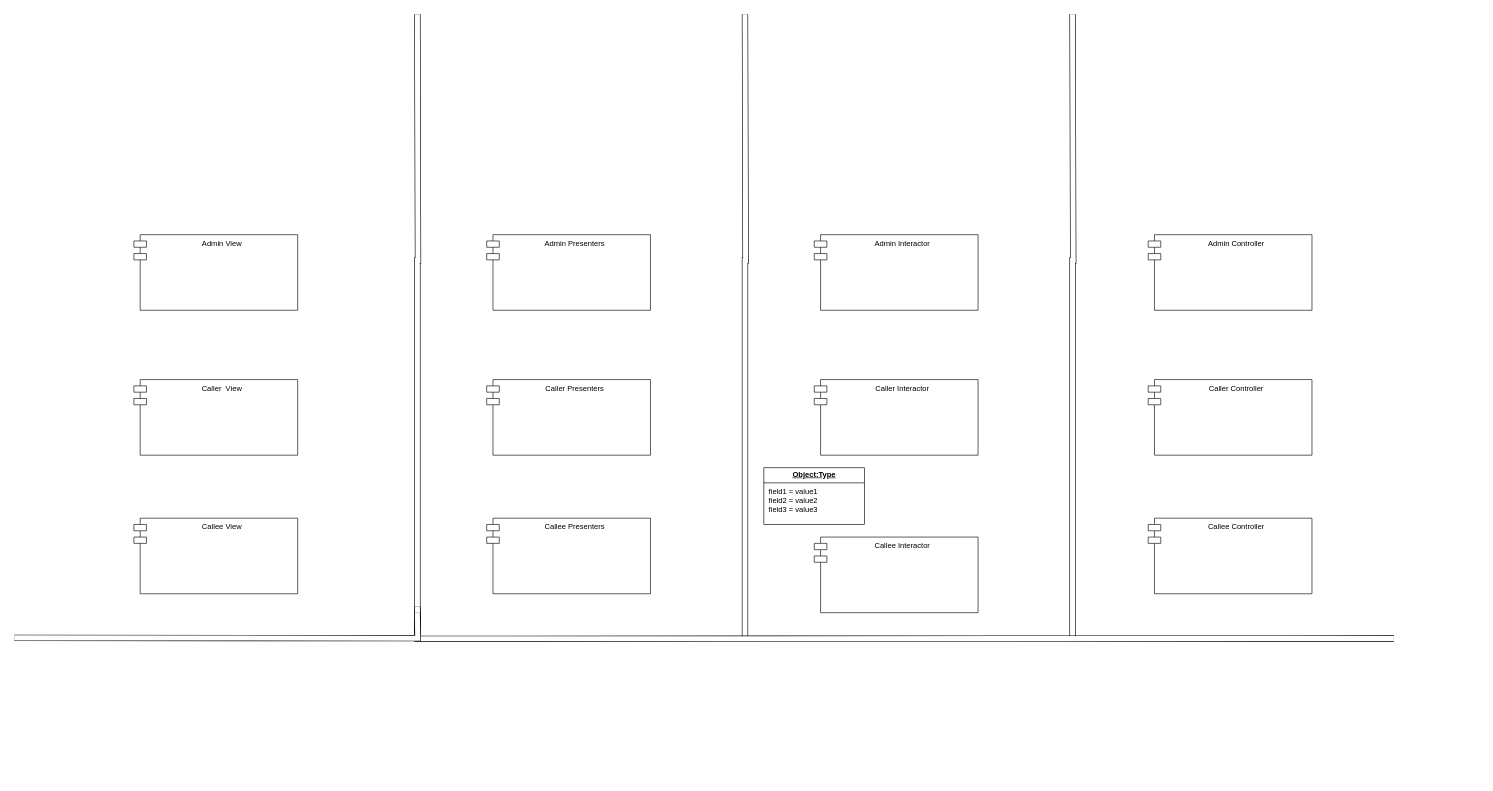
This is semaphore.drawio from singlerr/UML, a draw.io file, before an edit. Source tidied: cells renumbered, new cells numbered last; positions are measured from the earlier drawing's top-left corner, leaving out a move shared by most shapes. Both pictures are drawn from the tidied source at 63%, with x=0, y=0 at pixel (14, 14).
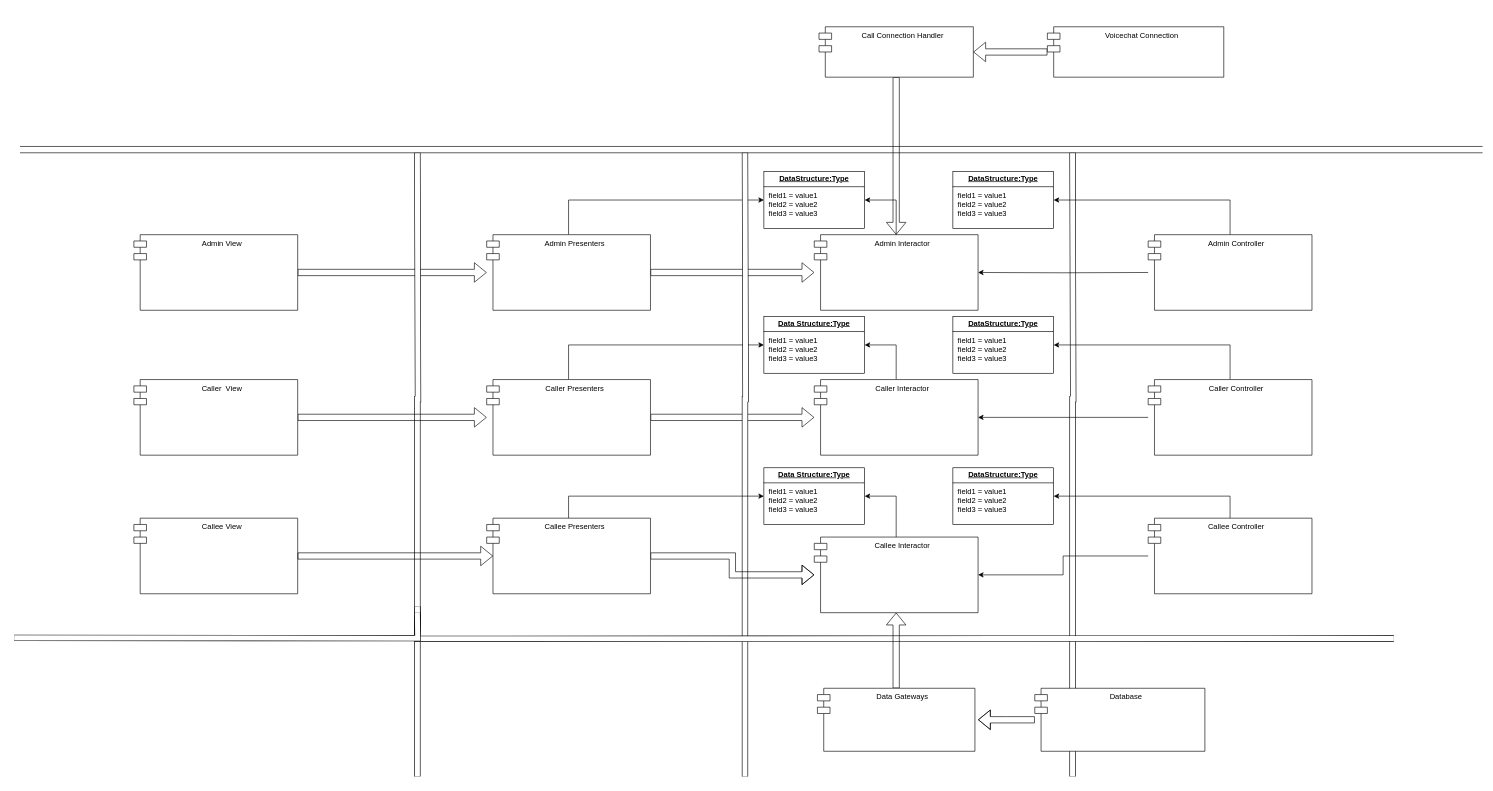
Above is the later version.

The change refers to these unchanged cells:
```xml
<mxCell id="2" value="Admin View" style="shape=module;align=left;spacingLeft=20;align=center;verticalAlign=top;whiteSpace=wrap;html=1;" parent="1" vertex="1">
  <mxGeometry x="190" y="350" width="260" height="120" as="geometry" />
</mxCell>
<mxCell id="4" value="Caller&amp;nbsp; View" style="shape=module;align=left;spacingLeft=20;align=center;verticalAlign=top;whiteSpace=wrap;html=1;" parent="1" vertex="1">
  <mxGeometry x="190" y="580" width="260" height="120" as="geometry" />
</mxCell>
<mxCell id="5" value="Callee View" style="shape=module;align=left;spacingLeft=20;align=center;verticalAlign=top;whiteSpace=wrap;html=1;" parent="1" vertex="1">
  <mxGeometry x="190" y="800" width="260" height="120" as="geometry" />
</mxCell>
<mxCell id="6" value="Admin Presenters" style="shape=module;align=left;spacingLeft=20;align=center;verticalAlign=top;whiteSpace=wrap;html=1;" parent="1" vertex="1">
  <mxGeometry x="750" y="350" width="260" height="120" as="geometry" />
</mxCell>
<mxCell id="7" value="Caller Presenters" style="shape=module;align=left;spacingLeft=20;align=center;verticalAlign=top;whiteSpace=wrap;html=1;" parent="1" vertex="1">
  <mxGeometry x="750" y="580" width="260" height="120" as="geometry" />
</mxCell>
<mxCell id="8" value="Callee Presenters" style="shape=module;align=left;spacingLeft=20;align=center;verticalAlign=top;whiteSpace=wrap;html=1;" parent="1" vertex="1">
  <mxGeometry x="750" y="800" width="260" height="120" as="geometry" />
</mxCell>
<mxCell id="10" value="Admin Interactor" style="shape=module;align=left;spacingLeft=20;align=center;verticalAlign=top;whiteSpace=wrap;html=1;" parent="1" vertex="1">
  <mxGeometry x="1270" y="350" width="260" height="120" as="geometry" />
</mxCell>
<mxCell id="11" value="Caller Interactor" style="shape=module;align=left;spacingLeft=20;align=center;verticalAlign=top;whiteSpace=wrap;html=1;" parent="1" vertex="1">
  <mxGeometry x="1270" y="580" width="260" height="120" as="geometry" />
</mxCell>
<mxCell id="12" value="Callee Interactor" style="shape=module;align=left;spacingLeft=20;align=center;verticalAlign=top;whiteSpace=wrap;html=1;" parent="1" vertex="1">
  <mxGeometry x="1270" y="830" width="260" height="120" as="geometry" />
</mxCell>
<mxCell id="14" value="Admin Controller" style="shape=module;align=left;spacingLeft=20;align=center;verticalAlign=top;whiteSpace=wrap;html=1;" parent="1" vertex="1">
  <mxGeometry x="1800" y="350" width="260" height="120" as="geometry" />
</mxCell>
<mxCell id="15" value="Caller Controller" style="shape=module;align=left;spacingLeft=20;align=center;verticalAlign=top;whiteSpace=wrap;html=1;" parent="1" vertex="1">
  <mxGeometry x="1800" y="580" width="260" height="120" as="geometry" />
</mxCell>
<mxCell id="16" value="Callee Controller" style="shape=module;align=left;spacingLeft=20;align=center;verticalAlign=top;whiteSpace=wrap;html=1;" parent="1" vertex="1">
  <mxGeometry x="1800" y="800" width="260" height="120" as="geometry" />
</mxCell>
```

Diff of the diagram source:
```diff
@@
+    <mxCell id="20" style="edgeStyle=orthogonalEdgeStyle;rounded=0;jettySize=auto;html=1;shape=flexArrow;" parent="1" edge="1" source="2" target="6">
+      <mxGeometry relative="1" as="geometry" />
+    </mxCell>
@@
     <mxCell id="3" style="shape=filledEdge;curved=0;rounded=0;fixDash=1;endArrow=none;strokeWidth=10;fillColor=#ffffff;edgeStyle=orthogonalEdgeStyle;html=1;" parent="1" edge="1">
       <mxGeometry relative="1" as="geometry">
-        <mxPoint x="640" y="990" as="sourcePoint" />
-        <mxPoint x="640" as="targetPoint" />
+        <mxPoint x="640" y="1210" as="sourcePoint" />
+        <mxPoint x="640" y="220" as="targetPoint" />
         <Array as="points">
-          <mxPoint x="641" y="391" />
-          <mxPoint x="641" />
+          <mxPoint x="641" y="611" />
+          <mxPoint x="641" y="220" />
         </Array>
       </mxGeometry>
     </mxCell>
+    <mxCell id="21" style="edgeStyle=orthogonalEdgeStyle;rounded=0;jettySize=auto;html=1;shape=flexArrow;" parent="1" edge="1" source="4" target="7">
+      <mxGeometry relative="1" as="geometry" />
+    </mxCell>
@@
+    <mxCell id="22" style="edgeStyle=orthogonalEdgeStyle;rounded=0;jettySize=auto;html=1;shape=flexArrow;" parent="1" edge="1" source="6" target="10">
+      <mxGeometry relative="1" as="geometry" />
+    </mxCell>
+    <mxCell id="23" style="edgeStyle=orthogonalEdgeStyle;rounded=0;jettySize=auto;html=1;entryX=0;entryY=0.5;entryDx=0;entryDy=0;exitX=0.5;exitY=0;exitDx=0;exitDy=0;" parent="1" edge="1" source="6" target="38">
+      <mxGeometry relative="1" as="geometry" />
+    </mxCell>
@@
+    <mxCell id="24" style="edgeStyle=orthogonalEdgeStyle;rounded=0;jettySize=auto;html=1;shape=flexArrow;" parent="1" edge="1" source="7" target="11">
+      <mxGeometry relative="1" as="geometry" />
+    </mxCell>
+    <mxCell id="25" style="edgeStyle=orthogonalEdgeStyle;rounded=0;jettySize=auto;html=1;entryX=0;entryY=0.5;entryDx=0;entryDy=0;exitX=0.5;exitY=0;exitDx=0;exitDy=0;" parent="1" edge="1" source="7" target="37">
+      <mxGeometry relative="1" as="geometry" />
+    </mxCell>
@@
+    <mxCell id="9" style="shape=filledEdge;curved=0;rounded=0;fixDash=1;endArrow=none;strokeWidth=10;fillColor=#ffffff;edgeStyle=orthogonalEdgeStyle;html=1;" parent="1" edge="1">
+      <mxGeometry relative="1" as="geometry">
+        <mxPoint x="1160" y="1210" as="sourcePoint" />
+        <mxPoint x="1160" y="220" as="targetPoint" />
+        <Array as="points">
+          <mxPoint x="1161" y="611" />
+          <mxPoint x="1161" y="220" />
+        </Array>
+      </mxGeometry>
+    </mxCell>
+    <mxCell id="26" style="edgeStyle=orthogonalEdgeStyle;rounded=0;jettySize=auto;html=1;shape=flexArrow;" parent="1" edge="1" source="8" target="12">
+      <mxGeometry relative="1" as="geometry" />
+    </mxCell>
+    <mxCell id="27" style="edgeStyle=orthogonalEdgeStyle;rounded=0;jettySize=auto;html=1;entryX=0;entryY=0.5;entryDx=0;entryDy=0;exitX=0.5;exitY=0;exitDx=0;exitDy=0;" parent="1" edge="1" source="8" target="19">
+      <mxGeometry relative="1" as="geometry" />
+    </mxCell>
@@
-    <mxCell id="9" style="shape=filledEdge;curved=0;rounded=0;fixDash=1;endArrow=none;strokeWidth=10;fillColor=#ffffff;edgeStyle=orthogonalEdgeStyle;html=1;" parent="1" edge="1">
-      <mxGeometry relative="1" as="geometry">
-        <mxPoint x="1160" y="990" as="sourcePoint" />
-        <mxPoint x="1160" as="targetPoint" />
-        <Array as="points">
-          <mxPoint x="1161" y="391" />
-          <mxPoint x="1161" />
-        </Array>
-      </mxGeometry>
-    </mxCell>
+    <mxCell id="28" style="edgeStyle=orthogonalEdgeStyle;rounded=0;jettySize=auto;html=1;entryX=1;entryY=0.5;entryDx=0;entryDy=0;" parent="1" edge="1" source="10" target="38">
+      <mxGeometry relative="1" as="geometry" />
+    </mxCell>
@@
+    <mxCell id="29" style="edgeStyle=orthogonalEdgeStyle;rounded=0;jettySize=auto;html=1;entryX=1;entryY=0.5;entryDx=0;entryDy=0;" parent="1" edge="1" source="11" target="37">
+      <mxGeometry relative="1" as="geometry" />
+    </mxCell>
@@
+    <mxCell id="30" style="edgeStyle=orthogonalEdgeStyle;rounded=0;jettySize=auto;html=1;entryX=1;entryY=0.5;entryDx=0;entryDy=0;" parent="1" edge="1" source="12" target="19">
+      <mxGeometry relative="1" as="geometry" />
+    </mxCell>
@@
     <mxCell id="13" style="shape=filledEdge;curved=0;rounded=0;fixDash=1;endArrow=none;strokeWidth=10;fillColor=#ffffff;edgeStyle=orthogonalEdgeStyle;html=1;" parent="1" edge="1">
       <mxGeometry relative="1" as="geometry">
-        <mxPoint x="1680" y="990" as="sourcePoint" />
-        <mxPoint x="1680" as="targetPoint" />
+        <mxPoint x="1680" y="1210" as="sourcePoint" />
+        <mxPoint x="1680" y="220" as="targetPoint" />
         <Array as="points">
-          <mxPoint x="1681" y="391" />
-          <mxPoint x="1681" />
+          <mxPoint x="1681" y="611" />
+          <mxPoint x="1681" y="220" />
         </Array>
       </mxGeometry>
     </mxCell>
+    <mxCell id="31" style="edgeStyle=orthogonalEdgeStyle;rounded=0;jettySize=auto;html=1;entryX=1;entryY=0.5;entryDx=0;entryDy=0;exitX=0.5;exitY=0;exitDx=0;exitDy=0;" parent="1" edge="1" source="14" target="39">
+      <mxGeometry relative="1" as="geometry" />
+    </mxCell>
+    <mxCell id="32" style="edgeStyle=orthogonalEdgeStyle;rounded=0;jettySize=auto;html=1;entryX=1;entryY=0.5;entryDx=0;entryDy=0;" parent="1" edge="1" target="10">
+      <mxGeometry relative="1" as="geometry">
+        <mxPoint x="1800" y="410" as="sourcePoint" />
+      </mxGeometry>
+    </mxCell>
@@
+    <mxCell id="33" style="edgeStyle=orthogonalEdgeStyle;rounded=0;jettySize=auto;html=1;entryX=1;entryY=0.5;entryDx=0;entryDy=0;exitX=0.5;exitY=0;exitDx=0;exitDy=0;" parent="1" edge="1" source="15" target="40">
+      <mxGeometry relative="1" as="geometry" />
+    </mxCell>
+    <mxCell id="34" style="edgeStyle=orthogonalEdgeStyle;rounded=0;jettySize=auto;html=1;" parent="1" edge="1" source="15" target="11">
+      <mxGeometry relative="1" as="geometry" />
+    </mxCell>
@@
+    <mxCell id="35" style="edgeStyle=orthogonalEdgeStyle;rounded=0;jettySize=auto;html=1;entryX=1;entryY=0.5;entryDx=0;entryDy=0;exitX=0.5;exitY=0;exitDx=0;exitDy=0;" parent="1" edge="1" source="16" target="41">
+      <mxGeometry relative="1" as="geometry" />
+    </mxCell>
+    <mxCell id="36" style="edgeStyle=orthogonalEdgeStyle;rounded=0;jettySize=auto;html=1;entryX=1;entryY=0.5;entryDx=0;entryDy=0;" parent="1" edge="1" source="16" target="12">
+      <mxGeometry relative="1" as="geometry" />
+    </mxCell>
@@
-    <mxCell id="19" value="&lt;p style=&quot;margin:0px;margin-top:4px;text-align:center;text-decoration:underline;&quot;&gt;&lt;b&gt;Object:Type&lt;/b&gt;&lt;/p&gt;&lt;hr size=&quot;1&quot; style=&quot;border-style:solid;&quot;/&gt;&lt;p style=&quot;margin:0px;margin-left:8px;&quot;&gt;field1 = value1&lt;br/&gt;field2 = value2&lt;br&gt;field3 = value3&lt;/p&gt;" style="verticalAlign=top;align=left;overflow=fill;html=1;whiteSpace=wrap;" parent="1" vertex="1">
+    <mxCell id="19" value="&lt;p style=&quot;margin:0px;margin-top:4px;text-align:center;text-decoration:underline;&quot;&gt;&lt;b&gt;Data Structure:Type&lt;/b&gt;&lt;/p&gt;&lt;hr size=&quot;1&quot; style=&quot;border-style:solid;&quot;&gt;&lt;p style=&quot;margin:0px;margin-left:8px;&quot;&gt;field1 = value1&lt;br&gt;field2 = value2&lt;br&gt;field3 = value3&lt;/p&gt;" style="verticalAlign=top;align=left;overflow=fill;html=1;whiteSpace=wrap;" parent="1" vertex="1">
       <mxGeometry x="1190" y="720" width="160" height="90" as="geometry" />
     </mxCell>
+    <mxCell id="37" value="&lt;p style=&quot;margin:0px;margin-top:4px;text-align:center;text-decoration:underline;&quot;&gt;&lt;b&gt;Data Structure:Type&lt;/b&gt;&lt;/p&gt;&lt;hr size=&quot;1&quot; style=&quot;border-style:solid;&quot;&gt;&lt;p style=&quot;margin:0px;margin-left:8px;&quot;&gt;field1 = value1&lt;br&gt;field2 = value2&lt;br&gt;field3 = value3&lt;/p&gt;" style="verticalAlign=top;align=left;overflow=fill;html=1;whiteSpace=wrap;" parent="1" vertex="1">
+      <mxGeometry x="1190" y="480" width="160" height="90" as="geometry" />
+    </mxCell>
+    <mxCell id="38" value="&lt;p style=&quot;margin:0px;margin-top:4px;text-align:center;text-decoration:underline;&quot;&gt;&lt;b&gt;DataStructure:Type&lt;/b&gt;&lt;/p&gt;&lt;hr size=&quot;1&quot; style=&quot;border-style:solid;&quot;&gt;&lt;p style=&quot;margin:0px;margin-left:8px;&quot;&gt;field1 = value1&lt;br&gt;field2 = value2&lt;br&gt;field3 = value3&lt;/p&gt;" style="verticalAlign=top;align=left;overflow=fill;html=1;whiteSpace=wrap;" parent="1" vertex="1">
+      <mxGeometry x="1190" y="250" width="160" height="90" as="geometry" />
+    </mxCell>
+    <mxCell id="39" value="&lt;p style=&quot;margin:0px;margin-top:4px;text-align:center;text-decoration:underline;&quot;&gt;&lt;b&gt;DataStructure:Type&lt;/b&gt;&lt;/p&gt;&lt;hr size=&quot;1&quot; style=&quot;border-style:solid;&quot;&gt;&lt;p style=&quot;margin:0px;margin-left:8px;&quot;&gt;field1 = value1&lt;br&gt;field2 = value2&lt;br&gt;field3 = value3&lt;/p&gt;" style="verticalAlign=top;align=left;overflow=fill;html=1;whiteSpace=wrap;" parent="1" vertex="1">
+      <mxGeometry x="1490" y="250" width="160" height="90" as="geometry" />
+    </mxCell>
+    <mxCell id="40" value="&lt;p style=&quot;margin:0px;margin-top:4px;text-align:center;text-decoration:underline;&quot;&gt;&lt;b&gt;DataStructure:Type&lt;/b&gt;&lt;/p&gt;&lt;hr size=&quot;1&quot; style=&quot;border-style:solid;&quot;&gt;&lt;p style=&quot;margin:0px;margin-left:8px;&quot;&gt;field1 = value1&lt;br&gt;field2 = value2&lt;br&gt;field3 = value3&lt;/p&gt;" style="verticalAlign=top;align=left;overflow=fill;html=1;whiteSpace=wrap;" parent="1" vertex="1">
+      <mxGeometry x="1490" y="480" width="160" height="90" as="geometry" />
+    </mxCell>
+    <mxCell id="41" value="&lt;p style=&quot;margin:0px;margin-top:4px;text-align:center;text-decoration:underline;&quot;&gt;&lt;b&gt;DataStructure:Type&lt;/b&gt;&lt;/p&gt;&lt;hr size=&quot;1&quot; style=&quot;border-style:solid;&quot;&gt;&lt;p style=&quot;margin:0px;margin-left:8px;&quot;&gt;field1 = value1&lt;br&gt;field2 = value2&lt;br&gt;field3 = value3&lt;/p&gt;" style="verticalAlign=top;align=left;overflow=fill;html=1;whiteSpace=wrap;" parent="1" vertex="1">
+      <mxGeometry x="1490" y="720" width="160" height="90" as="geometry" />
+    </mxCell>
+    <mxCell id="42" style="edgeStyle=orthogonalEdgeStyle;rounded=0;jettySize=auto;html=1;entryX=0;entryY=0.5;entryDx=10;entryDy=0;entryPerimeter=0;shape=flexArrow;" parent="1" edge="1" source="5" target="8">
+      <mxGeometry relative="1" as="geometry" />
+    </mxCell>
+    <mxCell id="43" style="edgeStyle=orthogonalEdgeStyle;rounded=0;jettySize=auto;html=1;entryX=0.5;entryY=1;entryDx=0;entryDy=0;shape=flexArrow;" parent="1" edge="1" source="44" target="12">
+      <mxGeometry relative="1" as="geometry" />
+    </mxCell>
+    <mxCell id="44" value="Data Gateways" style="shape=module;align=left;spacingLeft=20;align=center;verticalAlign=top;whiteSpace=wrap;html=1;" parent="1" vertex="1">
+      <mxGeometry x="1275" y="1070" width="250" height="100" as="geometry" />
+    </mxCell>
+    <mxCell id="45" style="edgeStyle=orthogonalEdgeStyle;rounded=0;jettySize=auto;html=1;shape=flexArrow;" parent="1" edge="1" source="46">
+      <mxGeometry relative="1" as="geometry">
+        <mxPoint x="1530" y="1120" as="targetPoint" />
+      </mxGeometry>
+    </mxCell>
+    <mxCell id="46" value="Database" style="shape=module;align=left;spacingLeft=20;align=center;verticalAlign=top;whiteSpace=wrap;html=1;" parent="1" vertex="1">
+      <mxGeometry x="1620" y="1070" width="270" height="100" as="geometry" />
+    </mxCell>
+    <mxCell id="47" style="shape=partialRectangle;whiteSpace=wrap;html=1;left=0;right=0;fillColor=none;" parent="1" vertex="1">
+      <mxGeometry x="10" y="210" width="2320" height="10" as="geometry" />
+    </mxCell>
+    <mxCell id="48" style="edgeStyle=orthogonalEdgeStyle;rounded=0;jettySize=auto;html=1;shape=flexArrow;" parent="1" edge="1" source="49" target="10">
+      <mxGeometry relative="1" as="geometry" />
+    </mxCell>
+    <mxCell id="49" value="Call Connection Handler" style="shape=module;align=left;spacingLeft=20;align=center;verticalAlign=top;whiteSpace=wrap;html=1;" parent="1" vertex="1">
+      <mxGeometry x="1277.5" y="20" width="245" height="80" as="geometry" />
+    </mxCell>
+    <mxCell id="50" style="edgeStyle=orthogonalEdgeStyle;rounded=0;jettySize=auto;html=1;entryX=1;entryY=0.5;entryDx=0;entryDy=0;shape=flexArrow;" parent="1" edge="1" source="51" target="49">
+      <mxGeometry relative="1" as="geometry" />
+    </mxCell>
+    <mxCell id="51" value="Voicechat Connection" style="shape=module;align=left;spacingLeft=20;align=center;verticalAlign=top;whiteSpace=wrap;html=1;" parent="1" vertex="1">
+      <mxGeometry x="1640" y="20" width="280" height="80" as="geometry" />
+    </mxCell>
```
